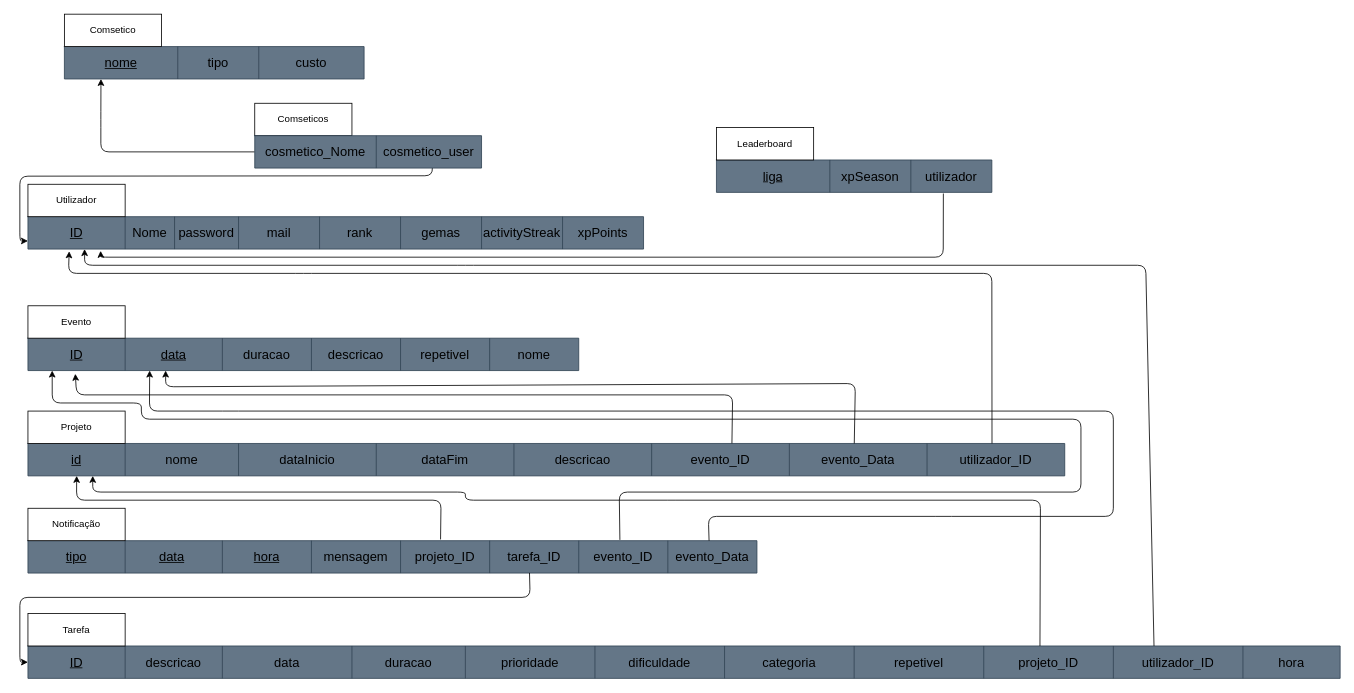
Before: docs/er.drawio in Gongas1331/StudySync, a draw.io diagram. Source tidied: cells renumbered, new cells numbered last; positions are measured from the earlier drawing's top-left corner, leaving out a move shared by most shapes. Both pictures are drawn from the tidied source at 81%, with x=0, y=0 at pixel (19, 14).
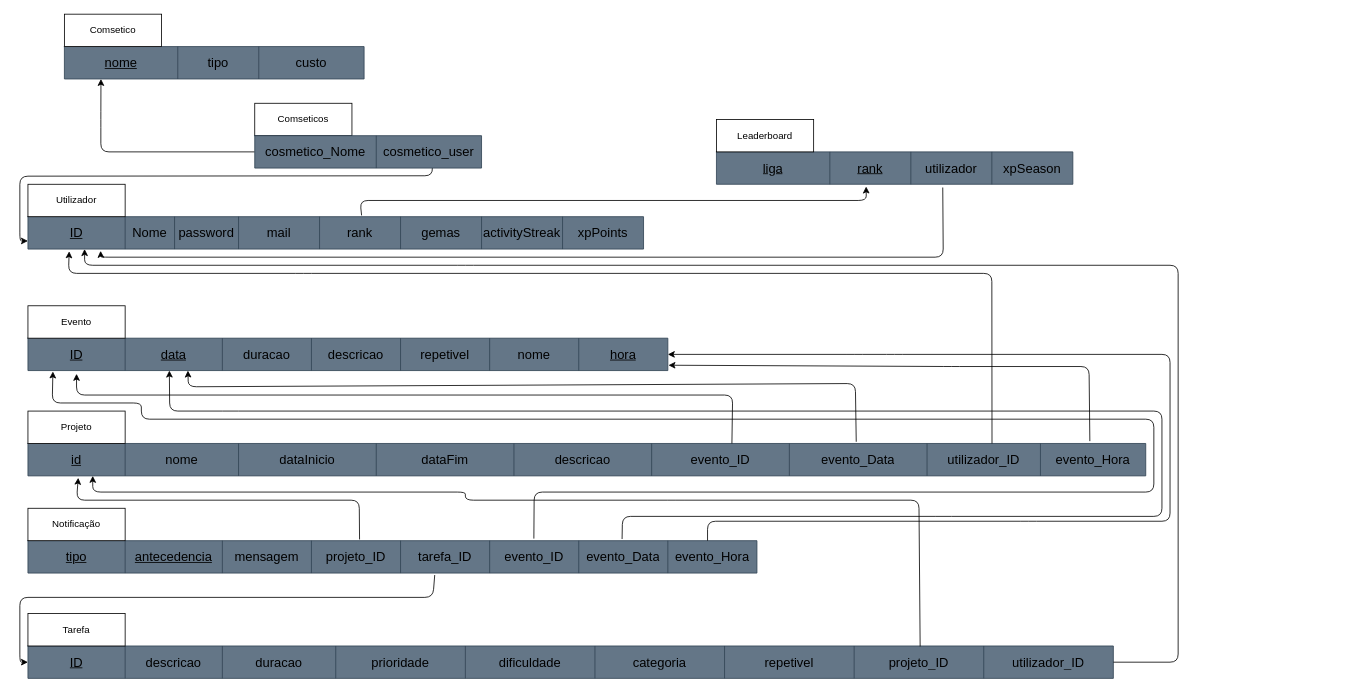
Above is the later version.

Commit message (it also covers changes not shown here):
Update ER diagram and requirements, add entity relationship diagram, expo setup, and StudySync-Requirement_analysis.pptx

Unchanged cells that the change refers to:
```xml
<mxCell id="3" style="shape=tableRow;horizontal=0;startSize=0;swimlaneHead=0;swimlaneBody=0;strokeColor=inherit;top=0;left=0;bottom=0;right=0;fillColor=none;points=[[0,0.5],[1,0.5]];portConstraint=eastwest;fontSize=16;" parent="2" vertex="1">
  <mxGeometry width="760" height="40" as="geometry" />
</mxCell>
<mxCell id="34" style="shape=tableRow;horizontal=0;startSize=0;swimlaneHead=0;swimlaneBody=0;strokeColor=inherit;top=0;left=0;bottom=0;right=0;fillColor=none;points=[[0,0.5],[1,0.5]];portConstraint=eastwest;fontSize=16;" parent="33" vertex="1">
  <mxGeometry width="900" height="40" as="geometry" />
</mxCell>
```

Diff of the diagram source:
```diff
@@
     <mxCell id="13" style="shape=table;startSize=0;childLayout=tableLayout;fontSize=16;fillColor=#647687;fontColor=#ffffff;strokeColor=#314354;" parent="1" vertex="1">
-      <mxGeometry x="10" y="400" width="680" height="40" as="geometry" />
+      <mxGeometry x="10" y="400" width="790" height="40" as="geometry" />
     </mxCell>
     <mxCell id="14" style="shape=tableRow;horizontal=0;startSize=0;swimlaneHead=0;swimlaneBody=0;strokeColor=inherit;top=0;left=0;bottom=0;right=0;fillColor=none;points=[[0,0.5],[1,0.5]];portConstraint=eastwest;fontSize=16;" parent="13" vertex="1">
-      <mxGeometry width="680" height="40" as="geometry" />
+      <mxGeometry width="790" height="40" as="geometry" />
     </mxCell>
@@
+    <mxCell id="37" value="&lt;u&gt;hora&lt;/u&gt;" style="shape=partialRectangle;html=1;whiteSpace=wrap;strokeColor=inherit;overflow=hidden;fillColor=none;top=0;left=0;bottom=0;right=0;fontSize=16;" parent="14" vertex="1">
+      <mxGeometry x="680" width="110" height="40" as="geometry" />
+    </mxCell>
@@
     <mxCell id="22" style="shape=table;startSize=0;childLayout=tableLayout;fontSize=16;fillColor=#647687;fontColor=#ffffff;strokeColor=#314354;" parent="1" vertex="1">
-      <mxGeometry x="10" y="530" width="1280" height="40" as="geometry" />
+      <mxGeometry x="10" y="530" width="1380" height="40" as="geometry" />
     </mxCell>
     <mxCell id="23" style="shape=tableRow;horizontal=0;startSize=0;swimlaneHead=0;swimlaneBody=0;strokeColor=inherit;top=0;left=0;bottom=0;right=0;fillColor=none;points=[[0,0.5],[1,0.5]];portConstraint=eastwest;fontSize=16;" parent="22" vertex="1">
-      <mxGeometry width="1280" height="40" as="geometry" />
+      <mxGeometry width="1380" height="40" as="geometry" />
     </mxCell>
@@
     <mxCell id="31" value="utilizador_ID" style="shape=partialRectangle;html=1;whiteSpace=wrap;strokeColor=inherit;overflow=hidden;fillColor=none;top=0;left=0;bottom=0;right=0;fontSize=16;" parent="23" vertex="1">
-      <mxGeometry x="1110" width="170" height="40" as="geometry" />
+      <mxGeometry x="1110" width="140" height="40" as="geometry" />
     </mxCell>
+    <mxCell id="87" value="evento_Hora" style="shape=partialRectangle;html=1;whiteSpace=wrap;strokeColor=inherit;overflow=hidden;fillColor=none;top=0;left=0;bottom=0;right=0;fontSize=16;" parent="23" vertex="1">
+      <mxGeometry x="1250" width="130" height="40" as="geometry" />
+    </mxCell>
@@
-    <mxCell id="36" value="&lt;u&gt;data&lt;span style=&quot;white-space: pre;&quot;&gt;&#9;&lt;/span&gt;&lt;/u&gt;" style="shape=partialRectangle;html=1;whiteSpace=wrap;strokeColor=inherit;overflow=hidden;fillColor=none;top=0;left=0;bottom=0;right=0;fontSize=16;" parent="34" vertex="1">
+    <mxCell id="36" value="&lt;u&gt;antecedencia&lt;/u&gt;" style="shape=partialRectangle;html=1;whiteSpace=wrap;strokeColor=inherit;overflow=hidden;fillColor=none;top=0;left=0;bottom=0;right=0;fontSize=16;" parent="34" vertex="1">
       <mxGeometry x="120" width="120" height="40" as="geometry" />
     </mxCell>
-    <mxCell id="37" value="&lt;u&gt;hora&lt;/u&gt;" style="shape=partialRectangle;html=1;whiteSpace=wrap;strokeColor=inherit;overflow=hidden;fillColor=none;top=0;left=0;bottom=0;right=0;fontSize=16;" parent="34" vertex="1">
-      <mxGeometry x="240" width="110" height="40" as="geometry" />
-    </mxCell>
     <mxCell id="38" value="mensagem" style="shape=partialRectangle;html=1;whiteSpace=wrap;strokeColor=inherit;overflow=hidden;fillColor=none;top=0;left=0;bottom=0;right=0;fontSize=16;" parent="34" vertex="1">
-      <mxGeometry x="350" width="110" height="40" as="geometry" />
+      <mxGeometry x="240" width="110" height="40" as="geometry" />
     </mxCell>
     <mxCell id="39" value="projeto_ID" style="shape=partialRectangle;html=1;whiteSpace=wrap;strokeColor=inherit;overflow=hidden;fillColor=none;top=0;left=0;bottom=0;right=0;fontSize=16;" parent="34" vertex="1">
-      <mxGeometry x="460" width="110" height="40" as="geometry" />
+      <mxGeometry x="350" width="110" height="40" as="geometry" />
     </mxCell>
     <mxCell id="40" value="tarefa_ID" style="shape=partialRectangle;html=1;whiteSpace=wrap;strokeColor=inherit;overflow=hidden;fillColor=none;top=0;left=0;bottom=0;right=0;fontSize=16;" parent="34" vertex="1">
-      <mxGeometry x="570" width="110" height="40" as="geometry" />
+      <mxGeometry x="460" width="110" height="40" as="geometry" />
     </mxCell>
     <mxCell id="41" value="evento_ID" style="shape=partialRectangle;html=1;whiteSpace=wrap;strokeColor=inherit;overflow=hidden;fillColor=none;top=0;left=0;bottom=0;right=0;fontSize=16;" parent="34" vertex="1">
-      <mxGeometry x="680" width="110" height="40" as="geometry" />
+      <mxGeometry x="570" width="110" height="40" as="geometry" />
     </mxCell>
     <mxCell id="42" value="evento_Data" style="shape=partialRectangle;html=1;whiteSpace=wrap;strokeColor=inherit;overflow=hidden;fillColor=none;top=0;left=0;bottom=0;right=0;fontSize=16;" parent="34" vertex="1">
-      <mxGeometry x="790" width="110" height="40" as="geometry" />
+      <mxGeometry x="680" width="110" height="40" as="geometry" />
     </mxCell>
+    <mxCell id="88" value="evento_Hora" style="shape=partialRectangle;html=1;whiteSpace=wrap;strokeColor=inherit;overflow=hidden;fillColor=none;top=0;left=0;bottom=0;right=0;fontSize=16;" parent="34" vertex="1">
+      <mxGeometry x="790" width="110" height="40" as="geometry" />
+    </mxCell>
@@
     <mxCell id="44" style="shape=table;startSize=0;childLayout=tableLayout;fontSize=16;fillColor=#647687;fontColor=#ffffff;strokeColor=#314354;" parent="1" vertex="1">
-      <mxGeometry x="10" y="780" width="1620" height="40" as="geometry" />
+      <mxGeometry x="10" y="780" width="1340" height="40" as="geometry" />
     </mxCell>
     <mxCell id="45" style="shape=tableRow;horizontal=0;startSize=0;swimlaneHead=0;swimlaneBody=0;strokeColor=inherit;top=0;left=0;bottom=0;right=0;fillColor=none;points=[[0,0.5],[1,0.5]];portConstraint=eastwest;fontSize=16;" parent="44" vertex="1">
-      <mxGeometry width="1620" height="40" as="geometry" />
+      <mxGeometry width="1340" height="40" as="geometry" />
     </mxCell>
@@
-    <mxCell id="48" value="data" style="shape=partialRectangle;html=1;whiteSpace=wrap;strokeColor=inherit;overflow=hidden;fillColor=none;top=0;left=0;bottom=0;right=0;fontSize=16;" parent="45" vertex="1">
-      <mxGeometry x="240" width="160" height="40" as="geometry" />
-    </mxCell>
     <mxCell id="49" value="duracao" style="shape=partialRectangle;html=1;whiteSpace=wrap;strokeColor=inherit;overflow=hidden;fillColor=none;top=0;left=0;bottom=0;right=0;fontSize=16;" parent="45" vertex="1">
-      <mxGeometry x="400" width="140" height="40" as="geometry" />
+      <mxGeometry x="240" width="140" height="40" as="geometry" />
     </mxCell>
     <mxCell id="50" value="prioridade" style="shape=partialRectangle;html=1;whiteSpace=wrap;strokeColor=inherit;overflow=hidden;fillColor=none;top=0;left=0;bottom=0;right=0;fontSize=16;" parent="45" vertex="1">
-      <mxGeometry x="540" width="160" height="40" as="geometry" />
+      <mxGeometry x="380" width="160" height="40" as="geometry" />
     </mxCell>
     <mxCell id="51" value="dificuldade" style="shape=partialRectangle;html=1;whiteSpace=wrap;strokeColor=inherit;overflow=hidden;fillColor=none;top=0;left=0;bottom=0;right=0;fontSize=16;" parent="45" vertex="1">
-      <mxGeometry x="700" width="160" height="40" as="geometry" />
+      <mxGeometry x="540" width="160" height="40" as="geometry" />
     </mxCell>
     <mxCell id="52" value="categoria" style="shape=partialRectangle;html=1;whiteSpace=wrap;strokeColor=inherit;overflow=hidden;fillColor=none;top=0;left=0;bottom=0;right=0;fontSize=16;" parent="45" vertex="1">
-      <mxGeometry x="860" width="160" height="40" as="geometry" />
+      <mxGeometry x="700" width="160" height="40" as="geometry" />
     </mxCell>
     <mxCell id="53" value="repetivel" style="shape=partialRectangle;html=1;whiteSpace=wrap;strokeColor=inherit;overflow=hidden;fillColor=none;top=0;left=0;bottom=0;right=0;fontSize=16;" parent="45" vertex="1">
-      <mxGeometry x="1020" width="160" height="40" as="geometry" />
+      <mxGeometry x="860" width="160" height="40" as="geometry" />
     </mxCell>
     <mxCell id="54" value="projeto_ID" style="shape=partialRectangle;html=1;whiteSpace=wrap;strokeColor=inherit;overflow=hidden;fillColor=none;top=0;left=0;bottom=0;right=0;fontSize=16;" parent="45" vertex="1">
-      <mxGeometry x="1180" width="160" height="40" as="geometry" />
+      <mxGeometry x="1020" width="160" height="40" as="geometry" />
     </mxCell>
     <mxCell id="55" value="utilizador_ID" style="shape=partialRectangle;html=1;whiteSpace=wrap;strokeColor=inherit;overflow=hidden;fillColor=none;top=0;left=0;bottom=0;right=0;fontSize=16;" parent="45" vertex="1">
-      <mxGeometry x="1340" width="160" height="40" as="geometry" />
+      <mxGeometry x="1180" width="160" height="40" as="geometry" />
     </mxCell>
-    <mxCell id="56" value="hora" style="shape=partialRectangle;html=1;whiteSpace=wrap;strokeColor=inherit;overflow=hidden;fillColor=none;top=0;left=0;bottom=0;right=0;fontSize=16;" parent="45" vertex="1">
-      <mxGeometry x="1500" width="120" height="40" as="geometry" />
-    </mxCell>
@@
     <mxCell id="58" style="shape=table;startSize=0;childLayout=tableLayout;fontSize=16;fillColor=#647687;fontColor=#ffffff;strokeColor=#314354;" parent="1" vertex="1">
-      <mxGeometry x="860" y="180" width="340" height="40" as="geometry" />
+      <mxGeometry x="860" y="170" width="440" height="40" as="geometry" />
     </mxCell>
     <mxCell id="59" style="shape=tableRow;horizontal=0;startSize=0;swimlaneHead=0;swimlaneBody=0;strokeColor=inherit;top=0;left=0;bottom=0;right=0;fillColor=none;points=[[0,0.5],[1,0.5]];portConstraint=eastwest;fontSize=16;" parent="58" vertex="1">
-      <mxGeometry width="340" height="40" as="geometry" />
+      <mxGeometry width="440" height="40" as="geometry" />
     </mxCell>
@@
-    <mxCell id="61" value="xpSeason" style="shape=partialRectangle;html=1;whiteSpace=wrap;strokeColor=inherit;overflow=hidden;fillColor=none;top=0;left=0;bottom=0;right=0;fontSize=16;" parent="59" vertex="1">
+    <mxCell id="61" value="&lt;u&gt;rank&lt;/u&gt;" style="shape=partialRectangle;html=1;whiteSpace=wrap;strokeColor=inherit;overflow=hidden;fillColor=none;top=0;left=0;bottom=0;right=0;fontSize=16;" parent="59" vertex="1">
       <mxGeometry x="140" width="100" height="40" as="geometry" />
     </mxCell>
@@
+    <mxCell id="89" value="xpSeason" style="shape=partialRectangle;html=1;whiteSpace=wrap;strokeColor=inherit;overflow=hidden;fillColor=none;top=0;left=0;bottom=0;right=0;fontSize=16;" parent="59" vertex="1">
+      <mxGeometry x="340" width="100" height="40" as="geometry" />
+    </mxCell>
     <mxCell id="63" value="Leaderboard" style="rounded=0;whiteSpace=wrap;html=1;" parent="1" vertex="1">
-      <mxGeometry x="860" y="140" width="120" height="40" as="geometry" />
+      <mxGeometry x="860" y="130" width="120" height="40" as="geometry" />
     </mxCell>
@@
-    <mxCell id="71" style="endArrow=classic;html=1;entryX=0.086;entryY=1.1;entryDx=0;entryDy=0;entryPerimeter=0;exitX=0.679;exitY=-0.004;exitDx=0;exitDy=0;exitPerimeter=0;" parent="1" edge="1" source="23" target="14">
+    <mxCell id="71" style="endArrow=classic;html=1;exitX=0.679;exitY=-0.004;exitDx=0;exitDy=0;exitPerimeter=0;" parent="1" edge="1">
       <mxGeometry relative="1" as="geometry">
+        <mxPoint x="879.1" y="530" as="sourcePoint" />
+        <mxPoint x="70" y="444" as="targetPoint" />
         <Array as="points">
-          <mxPoint x="880" y="470" />
-          <mxPoint x="70" y="470" />
+          <mxPoint x="880" y="470.2" />
+          <mxPoint x="70" y="470.2" />
         </Array>
       </mxGeometry>
     </mxCell>
-    <mxCell id="72" style="endArrow=classic;html=1;exitX=0.797;exitY=0;exitDx=0;exitDy=0;exitPerimeter=0;entryX=0.25;entryY=1;entryDx=0;entryDy=0;entryPerimeter=0;" parent="1" edge="1" source="23" target="14">
+    <mxCell id="72" style="endArrow=classic;html=1;exitX=0.741;exitY=-0.053;exitDx=0;exitDy=0;exitPerimeter=0;entryX=0.25;entryY=1;entryDx=0;entryDy=0;entryPerimeter=0;" parent="1" edge="1" source="23" target="14">
       <mxGeometry relative="1" as="geometry">
         <Array as="points">
           <mxPoint x="1031.5" y="456" />
-          <mxPoint x="180" y="460" />
+          <mxPoint x="208" y="460" />
         </Array>
       </mxGeometry>
     </mxCell>
@@
-    <mxCell id="74" style="endArrow=classic;html=1;exitX=0.566;exitY=-0.038;exitDx=0;exitDy=0;exitPerimeter=0;entryX=0.047;entryY=1;entryDx=0;entryDy=0;entryPerimeter=0;" parent="1" edge="1" source="34" target="23">
+    <mxCell id="74" style="endArrow=classic;html=1;exitX=0.566;exitY=-0.038;exitDx=0;exitDy=0;exitPerimeter=0;entryX=0.045;entryY=1.06;entryDx=0;entryDy=0;entryPerimeter=0;" parent="1" edge="1" target="23">
       <mxGeometry relative="1" as="geometry">
+        <mxPoint x="419.4" y="648.5" as="sourcePoint" />
         <Array as="points">
-          <mxPoint x="520" y="600" />
+          <mxPoint x="419" y="600" />
           <mxPoint x="70" y="600" />
         </Array>
       </mxGeometry>
     </mxCell>
-    <mxCell id="75" style="endArrow=classic;html=1;exitX=0.812;exitY=-0.024;exitDx=0;exitDy=0;exitPerimeter=0;entryX=0.044;entryY=1;entryDx=0;entryDy=0;entryPerimeter=0;" parent="1" edge="1" source="34" target="14">
+    <mxCell id="75" style="endArrow=classic;html=1;exitX=0.694;exitY=-0.064;exitDx=0;exitDy=0;exitPerimeter=0;entryX=0.039;entryY=1.028;entryDx=0;entryDy=0;entryPerimeter=0;" parent="1" edge="1" source="34" target="14">
       <mxGeometry relative="1" as="geometry">
         <Array as="points">
-          <mxPoint x="740" y="590" />
-          <mxPoint x="1310" y="590" />
-          <mxPoint x="1310" y="500" />
+          <mxPoint x="635" y="590" />
+          <mxPoint x="1400" y="590" />
+          <mxPoint x="1400" y="500" />
           <mxPoint x="150" y="500" />
           <mxPoint x="150" y="480" />
           <mxPoint x="40" y="480" />
         </Array>
       </mxGeometry>
     </mxCell>
-    <mxCell id="76" style="endArrow=classic;html=1;exitX=0.812;exitY=-0.024;exitDx=0;exitDy=0;exitPerimeter=0;entryX=0.221;entryY=1;entryDx=0;entryDy=0;entryPerimeter=0;" parent="1" edge="1" target="14">
+    <mxCell id="76" style="endArrow=classic;html=1;exitX=0.815;exitY=-0.05;exitDx=0;exitDy=0;exitPerimeter=0;entryX=0.221;entryY=1;entryDx=0;entryDy=0;entryPerimeter=0;" parent="1" edge="1" source="34" target="14">
       <mxGeometry relative="1" as="geometry">
-        <mxPoint x="850.9" y="650" as="sourcePoint" />
         <Array as="points">
-          <mxPoint x="850" y="620" />
+          <mxPoint x="744" y="620" />
           <mxPoint x="1140" y="620" />
-          <mxPoint x="1350" y="620" />
-          <mxPoint x="1350" y="490" />
+          <mxPoint x="1410" y="620" />
+          <mxPoint x="1410" y="490" />
           <mxPoint x="260" y="490" />
-          <mxPoint x="160" y="490" />
+          <mxPoint x="185" y="490" />
         </Array>
       </mxGeometry>
     </mxCell>
-    <mxCell id="77" style="endArrow=classic;html=1;exitX=0.688;exitY=0.995;exitDx=0;exitDy=0;exitPerimeter=0;entryX=0;entryY=0.5;entryDx=0;entryDy=0;" parent="1" edge="1" source="34" target="45">
+    <mxCell id="77" style="endArrow=classic;html=1;exitX=0.558;exitY=1.06;exitDx=0;exitDy=0;exitPerimeter=0;entryX=0;entryY=0.5;entryDx=0;entryDy=0;" parent="1" edge="1" source="34" target="45">
       <mxGeometry relative="1" as="geometry">
         <Array as="points">
-          <mxPoint x="630" y="720" />
+          <mxPoint x="510" y="720" />
           <mxPoint y="720" />
           <mxPoint y="800" />
         </Array>
       </mxGeometry>
     </mxCell>
-    <mxCell id="78" style="endArrow=classic;html=1;exitX=0.566;exitY=-0.038;exitDx=0;exitDy=0;exitPerimeter=0;" parent="1" edge="1">
+    <mxCell id="78" style="endArrow=classic;html=1;exitX=0.822;exitY=0.014;exitDx=0;exitDy=0;exitPerimeter=0;" parent="1" edge="1" source="45">
       <mxGeometry relative="1" as="geometry">
-        <mxPoint x="1259.4" y="780" as="sourcePoint" />
         <mxPoint x="90" y="570" as="targetPoint" />
         <Array as="points">
-          <mxPoint x="1260" y="600" />
+          <mxPoint x="1110" y="600" />
           <mxPoint x="810" y="600" />
           <mxPoint x="550" y="600" />
           <mxPoint x="550" y="590" />
           <mxPoint x="90" y="590" />
         </Array>
       </mxGeometry>
     </mxCell>
-    <mxCell id="79" style="endArrow=classic;html=1;exitX=0.797;exitY=0;exitDx=0;exitDy=0;exitPerimeter=0;entryX=0.092;entryY=1;entryDx=0;entryDy=0;entryPerimeter=0;" parent="1" edge="1" target="3">
+    <mxCell id="79" style="endArrow=classic;html=1;entryX=0.092;entryY=1;entryDx=0;entryDy=0;entryPerimeter=0;exitX=1;exitY=0.5;exitDx=0;exitDy=0;" parent="1" edge="1" source="45" target="3">
       <mxGeometry relative="1" as="geometry">
-        <mxPoint x="1400.2" y="780" as="sourcePoint" />
         <Array as="points">
-          <mxPoint x="1390" y="310" />
+          <mxPoint x="1430" y="800" />
+          <mxPoint x="1430" y="310" />
           <mxPoint x="550" y="310" />
           <mxPoint x="80" y="310" />
         </Array>
       </mxGeometry>
     </mxCell>
-    <mxCell id="80" style="endArrow=classic;html=1;exitX=0.824;exitY=1.035;exitDx=0;exitDy=0;exitPerimeter=0;entryX=0.118;entryY=1.056;entryDx=0;entryDy=0;entryPerimeter=0;" parent="1" edge="1" source="59" target="3">
+    <mxCell id="80" style="endArrow=classic;html=1;exitX=0.635;exitY=1.1;exitDx=0;exitDy=0;exitPerimeter=0;entryX=0.118;entryY=1.056;entryDx=0;entryDy=0;entryPerimeter=0;" parent="1" edge="1" source="59" target="3">
       <mxGeometry relative="1" as="geometry">
         <Array as="points">
           <mxPoint x="1140" y="300" />
           <mxPoint x="100" y="300" />
         </Array>
       </mxGeometry>
     </mxCell>
@@
+    <mxCell id="90" style="endArrow=classic;html=1;exitX=0.542;exitY=-0.039;exitDx=0;exitDy=0;exitPerimeter=0;entryX=0.42;entryY=1.07;entryDx=0;entryDy=0;entryPerimeter=0;" parent="1" edge="1" source="3" target="59">
+      <mxGeometry relative="1" as="geometry">
+        <Array as="points">
+          <mxPoint x="420" y="230" />
+          <mxPoint x="1045" y="230" />
+        </Array>
+      </mxGeometry>
+    </mxCell>
+    <mxCell id="91" style="endArrow=classic;html=1;entryX=1;entryY=0.5;entryDx=0;entryDy=0;entryPerimeter=0;" parent="1" edge="1" target="14">
+      <mxGeometry relative="1" as="geometry">
+        <mxPoint x="849" y="650" as="sourcePoint" />
+        <Array as="points">
+          <mxPoint x="849" y="626" />
+          <mxPoint x="1245" y="626" />
+          <mxPoint x="1420" y="626" />
+          <mxPoint x="1420" y="420" />
+          <mxPoint x="1080" y="420" />
+          <mxPoint x="1030" y="420" />
+        </Array>
+      </mxGeometry>
+    </mxCell>
+    <mxCell id="92" style="endArrow=classic;html=1;entryX=1.001;entryY=0.835;entryDx=0;entryDy=0;entryPerimeter=0;exitX=0.95;exitY=-0.072;exitDx=0;exitDy=0;exitPerimeter=0;" parent="1" edge="1" source="23" target="14">
+      <mxGeometry relative="1" as="geometry">
+        <Array as="points">
+          <mxPoint x="1320" y="435" />
+          <mxPoint x="1150" y="435" />
+        </Array>
+      </mxGeometry>
+    </mxCell>
```
